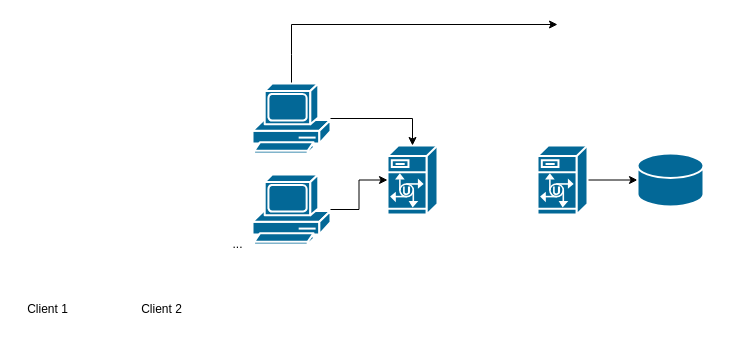
Earlier version of the draw.io diagram Serveur.drawio (Abousidikou/BooksApi). Source tidied: cells renumbered, new cells numbered last; positions are measured from the earlier drawing's top-left corner, leaving out a move shared by most shapes. Both pictures are drawn from the tidied source at 100%, with x=0, y=0 at pixel (17, 24).
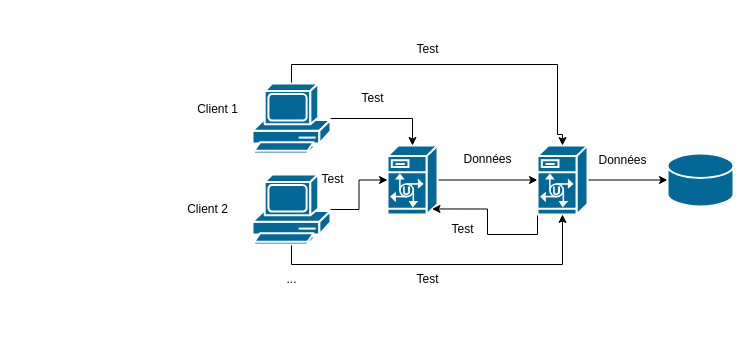
Above is the later version.

The change refers to these unchanged cells:
```xml
<mxCell id="2" style="shape=mxgraph.cisco.servers.unity_server;sketch=0;html=1;dashed=0;fillColor=#036897;strokeColor=#ffffff;strokeWidth=2;verticalLabelPosition=bottom;verticalAlign=top;align=center;outlineConnect=0;" parent="1" vertex="1">
  <mxGeometry x="370" y="121" width="50" height="69" as="geometry" />
</mxCell>
<mxCell id="4" style="shape=mxgraph.cisco.servers.unity_server;sketch=0;html=1;dashed=0;fillColor=#036897;strokeColor=#ffffff;strokeWidth=2;verticalLabelPosition=bottom;verticalAlign=top;align=center;outlineConnect=0;" parent="1" vertex="1">
  <mxGeometry x="520" y="121" width="50" height="69" as="geometry" />
</mxCell>
<mxCell id="6" style="shape=mxgraph.cisco.computers_and_peripherals.pc;sketch=0;html=1;dashed=0;fillColor=#036897;strokeColor=#ffffff;strokeWidth=2;verticalLabelPosition=bottom;verticalAlign=top;align=center;outlineConnect=0;" parent="1" vertex="1">
  <mxGeometry x="235" y="150" width="78" height="70" as="geometry" />
</mxCell>
<mxCell id="10" style="shape=mxgraph.cisco.computers_and_peripherals.pc;sketch=0;html=1;dashed=0;fillColor=#036897;strokeColor=#ffffff;strokeWidth=2;verticalLabelPosition=bottom;verticalAlign=top;align=center;outlineConnect=0;" parent="1" vertex="1">
  <mxGeometry x="235" y="59" width="78" height="70" as="geometry" />
</mxCell>
```

What changed in the source:
```diff
@@
+    <mxCell id="14" style="edgeStyle=orthogonalEdgeStyle;rounded=0;jettySize=auto;html=1;entryX=0;entryY=0.5;entryDx=0;entryDy=0;entryPerimeter=0;" parent="1" edge="1" source="2" target="4">
+      <mxGeometry relative="1" as="geometry" />
+    </mxCell>
@@
+    <mxCell id="15" style="edgeStyle=orthogonalEdgeStyle;rounded=0;jettySize=auto;html=1;exitX=0;exitY=1;exitDx=0;exitDy=0;exitPerimeter=0;entryX=0.89;entryY=0.92;entryDx=0;entryDy=0;entryPerimeter=0;" parent="1" edge="1" source="4" target="2">
+      <mxGeometry relative="1" as="geometry">
+        <Array as="points">
+          <mxPoint x="520" y="210" />
+          <mxPoint x="470" y="210" />
+          <mxPoint x="470" y="185" />
+        </Array>
+      </mxGeometry>
+    </mxCell>
@@
+    <mxCell id="16" style="edgeStyle=orthogonalEdgeStyle;rounded=0;jettySize=auto;html=1;exitX=0.5;exitY=1;exitDx=0;exitDy=0;exitPerimeter=0;" parent="1" edge="1" source="6" target="4">
+      <mxGeometry relative="1" as="geometry">
+        <Array as="points">
+          <mxPoint x="274" y="240" />
+          <mxPoint x="545" y="240" />
+        </Array>
+      </mxGeometry>
+    </mxCell>
@@
     <mxCell id="7" value="Client 1" style="text;html=1;align=center;verticalAlign=middle;strokeColor=none;fillColor=none;" parent="1" vertex="1">
-      <mxGeometry y="270" width="60" height="30" as="geometry" />
+      <mxGeometry x="170" y="70" width="60" height="30" as="geometry" />
     </mxCell>
@@
-    <mxCell id="9" style="edgeStyle=orthogonalEdgeStyle;rounded=0;jettySize=auto;html=1;" parent="1" edge="1" source="10">
+    <mxCell id="9" style="edgeStyle=orthogonalEdgeStyle;rounded=0;jettySize=auto;html=1;entryX=0.5;entryY=0;entryDx=0;entryDy=0;entryPerimeter=0;" parent="1" edge="1" source="10" target="4">
       <mxGeometry relative="1" as="geometry">
-        <mxPoint x="540" as="targetPoint" />
         <Array as="points">
-          <mxPoint x="274" y="30" />
-          <mxPoint x="274" y="30" />
+          <mxPoint x="274" y="40" />
+          <mxPoint x="540" y="40" />
+          <mxPoint x="540" y="110" />
+          <mxPoint x="545" y="110" />
         </Array>
       </mxGeometry>
     </mxCell>
@@
     <mxCell id="11" value="Client 2" style="text;html=1;align=center;verticalAlign=middle;strokeColor=none;fillColor=none;" parent="1" vertex="1">
-      <mxGeometry x="114" y="270" width="60" height="30" as="geometry" />
+      <mxGeometry x="160" y="170" width="60" height="30" as="geometry" />
     </mxCell>
-    <mxCell id="12" value="..." style="text;html=1;align=center;verticalAlign=middle;strokeColor=none;fillColor=none;" parent="1" vertex="1">
-      <mxGeometry x="205" y="205" width="30" height="30" as="geometry" />
+    <mxCell id="12" value="&lt;blockquote&gt;&lt;blockquote&gt;...&lt;/blockquote&gt;&lt;/blockquote&gt;" style="text;html=1;align=center;verticalAlign=middle;strokeColor=none;fillColor=none;" parent="1" vertex="1">
+      <mxGeometry x="179" y="230" width="190" height="50" as="geometry" />
     </mxCell>
     <mxCell id="13" style="shape=mxgraph.cisco.storage.relational_database;sketch=0;html=1;dashed=0;fillColor=#036897;strokeColor=#ffffff;strokeWidth=2;verticalLabelPosition=bottom;verticalAlign=top;align=center;outlineConnect=0;" parent="1" vertex="1">
-      <mxGeometry x="620" y="129" width="66" height="53" as="geometry" />
+      <mxGeometry x="650" y="129" width="66" height="53" as="geometry" />
     </mxCell>
+    <mxCell id="17" value="Test" style="text;html=1;align=center;verticalAlign=middle;strokeColor=none;fillColor=none;" parent="1" vertex="1">
+      <mxGeometry x="385" y="10" width="50" height="30" as="geometry" />
+    </mxCell>
+    <mxCell id="18" value="Test" style="text;html=1;align=center;verticalAlign=middle;strokeColor=none;fillColor=none;" parent="1" vertex="1">
+      <mxGeometry x="385" y="240" width="50" height="30" as="geometry" />
+    </mxCell>
+    <mxCell id="19" value="Test" style="text;html=1;align=center;verticalAlign=middle;strokeColor=none;fillColor=none;" parent="1" vertex="1">
+      <mxGeometry x="330" y="59" width="50" height="30" as="geometry" />
+    </mxCell>
+    <mxCell id="20" value="Test" style="text;html=1;align=center;verticalAlign=middle;strokeColor=none;fillColor=none;" parent="1" vertex="1">
+      <mxGeometry x="290" y="140" width="50" height="30" as="geometry" />
+    </mxCell>
+    <mxCell id="21" value="Données" style="text;html=1;align=center;verticalAlign=middle;strokeColor=none;fillColor=none;" parent="1" vertex="1">
+      <mxGeometry x="570" y="121" width="70" height="30" as="geometry" />
+    </mxCell>
+    <mxCell id="22" value="Données" style="text;html=1;align=center;verticalAlign=middle;strokeColor=none;fillColor=none;" parent="1" vertex="1">
+      <mxGeometry x="435" y="120" width="70" height="30" as="geometry" />
+    </mxCell>
+    <mxCell id="23" value="Test" style="text;html=1;align=center;verticalAlign=middle;strokeColor=none;fillColor=none;" parent="1" vertex="1">
+      <mxGeometry x="420" y="190" width="50" height="30" as="geometry" />
+    </mxCell>
```
